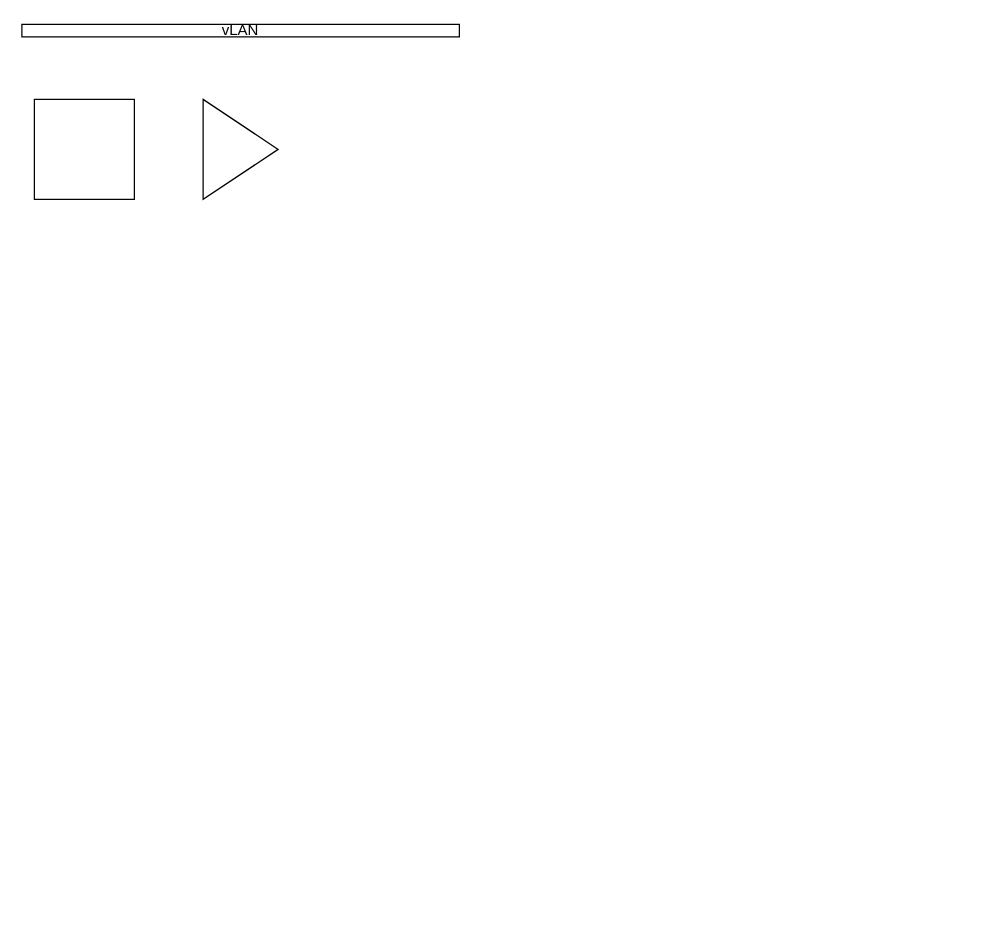
This is ProxmoxArchitecture.drawio from aamirigithub/ProxMox, a draw.io file, before an edit. Source tidied: cells renumbered, new cells numbered last; positions are measured from the earlier drawing's top-left corner, leaving out a move shared by most shapes. Both pictures are drawn from the tidied source at 125%, with x=0, y=0 at pixel (21, 24).
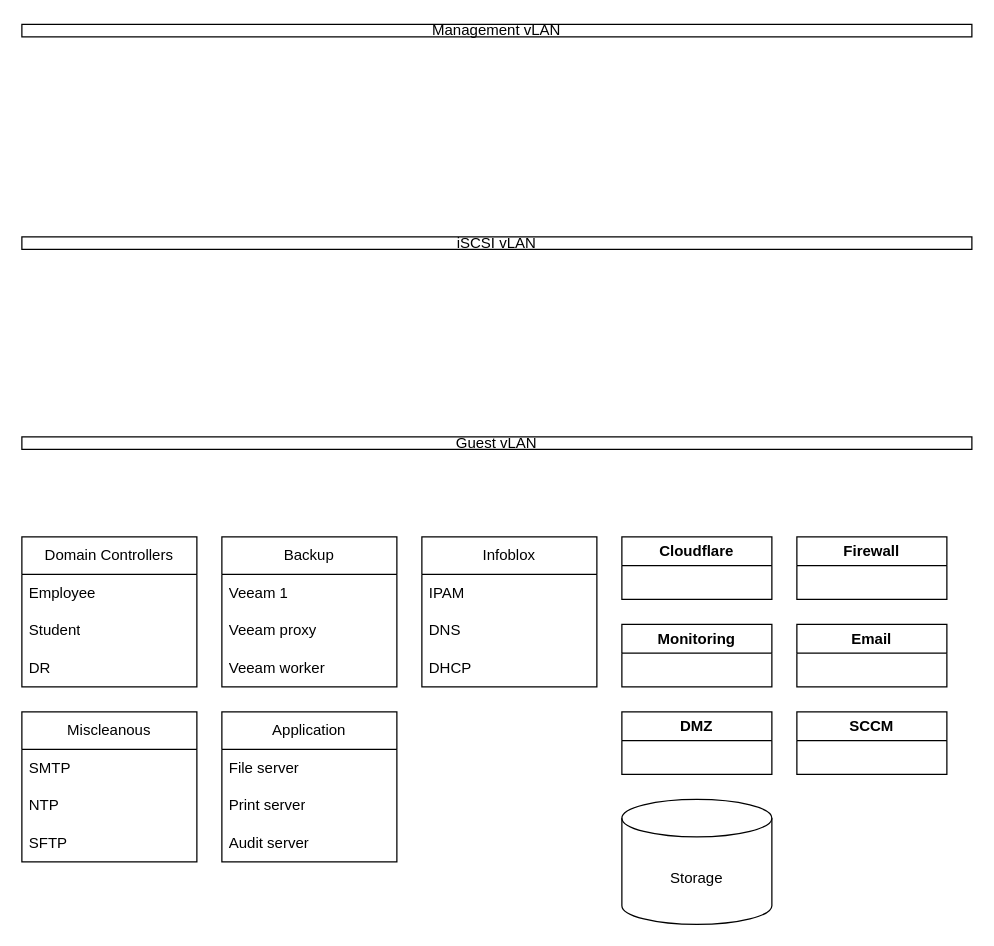
The same diagram, later.

Diff of the diagram source:
```diff
@@
-    <mxCell id="2" value="vLAN" style="rounded=0;whiteSpace=wrap;html=1;" parent="1" vertex="1">
-      <mxGeometry width="350" height="10" as="geometry" />
+    <mxCell id="2" value="Management vLAN" style="rounded=0;whiteSpace=wrap;html=1;" parent="1" vertex="1">
+      <mxGeometry width="760" height="10" as="geometry" />
     </mxCell>
-    <mxCell id="3" style="whiteSpace=wrap;html=1;" parent="1" vertex="1">
-      <mxGeometry x="10" y="60" width="80" height="80" as="geometry" />
-    </mxCell>
-    <mxCell id="4" style="triangle;whiteSpace=wrap;html=1;" parent="1" vertex="1">
-      <mxGeometry x="145" y="60" width="60" height="80" as="geometry" />
-    </mxCell>
+    <mxCell id="5" value="iSCSI vLAN" style="rounded=0;whiteSpace=wrap;html=1;" parent="1" vertex="1">
+      <mxGeometry y="170" width="760" height="10" as="geometry" />
+    </mxCell>
+    <mxCell id="6" value="Guest vLAN" style="rounded=0;whiteSpace=wrap;html=1;" parent="1" vertex="1">
+      <mxGeometry y="330" width="760" height="10" as="geometry" />
+    </mxCell>
+    <mxCell id="7" value="Domain Controllers" style="swimlane;fontStyle=0;horizontal=1;startSize=30;whiteSpace=wrap;html=1;" parent="1" vertex="1">
+      <mxGeometry y="410" width="140" height="120" as="geometry" />
+    </mxCell>
+    <mxCell id="8" value="Employee" style="text;strokeColor=none;fillColor=none;align=left;verticalAlign=middle;spacingLeft=4;spacingRight=4;overflow=hidden;whiteSpace=wrap;html=1;" parent="7" vertex="1">
+      <mxGeometry y="30" width="140" height="30" as="geometry" />
+    </mxCell>
+    <mxCell id="9" value="Student" style="text;strokeColor=none;fillColor=none;align=left;verticalAlign=middle;spacingLeft=4;spacingRight=4;overflow=hidden;whiteSpace=wrap;html=1;" parent="7" vertex="1">
+      <mxGeometry y="60" width="140" height="30" as="geometry" />
+    </mxCell>
+    <mxCell id="10" value="DR" style="text;strokeColor=none;fillColor=none;align=left;verticalAlign=middle;spacingLeft=4;spacingRight=4;overflow=hidden;whiteSpace=wrap;html=1;" parent="7" vertex="1">
+      <mxGeometry y="90" width="140" height="30" as="geometry" />
+    </mxCell>
+    <mxCell id="11" value="Backup" style="swimlane;fontStyle=0;horizontal=1;startSize=30;whiteSpace=wrap;html=1;" parent="1" vertex="1">
+      <mxGeometry x="160" y="410" width="140" height="120" as="geometry" />
+    </mxCell>
+    <mxCell id="12" value="Veeam 1" style="text;strokeColor=none;fillColor=none;align=left;verticalAlign=middle;spacingLeft=4;spacingRight=4;overflow=hidden;whiteSpace=wrap;html=1;" parent="11" vertex="1">
+      <mxGeometry y="30" width="140" height="30" as="geometry" />
+    </mxCell>
+    <mxCell id="13" value="Veeam proxy" style="text;strokeColor=none;fillColor=none;align=left;verticalAlign=middle;spacingLeft=4;spacingRight=4;overflow=hidden;whiteSpace=wrap;html=1;" parent="11" vertex="1">
+      <mxGeometry y="60" width="140" height="30" as="geometry" />
+    </mxCell>
+    <mxCell id="14" value="Veeam worker" style="text;strokeColor=none;fillColor=none;align=left;verticalAlign=middle;spacingLeft=4;spacingRight=4;overflow=hidden;whiteSpace=wrap;html=1;" parent="11" vertex="1">
+      <mxGeometry y="90" width="140" height="30" as="geometry" />
+    </mxCell>
+    <mxCell id="15" value="Infoblox" style="swimlane;fontStyle=0;horizontal=1;startSize=30;whiteSpace=wrap;html=1;" parent="1" vertex="1">
+      <mxGeometry x="320" y="410" width="140" height="120" as="geometry" />
+    </mxCell>
+    <mxCell id="16" value="IPAM" style="text;strokeColor=none;fillColor=none;align=left;verticalAlign=middle;spacingLeft=4;spacingRight=4;overflow=hidden;whiteSpace=wrap;html=1;" parent="15" vertex="1">
+      <mxGeometry y="30" width="140" height="30" as="geometry" />
+    </mxCell>
+    <mxCell id="17" value="DNS" style="text;strokeColor=none;fillColor=none;align=left;verticalAlign=middle;spacingLeft=4;spacingRight=4;overflow=hidden;whiteSpace=wrap;html=1;" parent="15" vertex="1">
+      <mxGeometry y="60" width="140" height="30" as="geometry" />
+    </mxCell>
+    <mxCell id="18" value="DHCP" style="text;strokeColor=none;fillColor=none;align=left;verticalAlign=middle;spacingLeft=4;spacingRight=4;overflow=hidden;whiteSpace=wrap;html=1;" parent="15" vertex="1">
+      <mxGeometry y="90" width="140" height="30" as="geometry" />
+    </mxCell>
+    <mxCell id="19" value="Cloudflare" style="swimlane;whiteSpace=wrap;html=1;" parent="1" vertex="1">
+      <mxGeometry x="480" y="410" width="120" height="50" as="geometry" />
+    </mxCell>
+    <mxCell id="20" value="Monitoring" style="swimlane;whiteSpace=wrap;html=1;" parent="1" vertex="1">
+      <mxGeometry x="480" y="480" width="120" height="50" as="geometry" />
+    </mxCell>
+    <mxCell id="21" value="Firewall" style="swimlane;whiteSpace=wrap;html=1;" parent="1" vertex="1">
+      <mxGeometry x="620" y="410" width="120" height="50" as="geometry" />
+    </mxCell>
+    <mxCell id="22" value="Email" style="swimlane;whiteSpace=wrap;html=1;" parent="1" vertex="1">
+      <mxGeometry x="620" y="480" width="120" height="50" as="geometry" />
+    </mxCell>
+    <mxCell id="23" value="DMZ" style="swimlane;whiteSpace=wrap;html=1;" parent="1" vertex="1">
+      <mxGeometry x="480" y="550" width="120" height="50" as="geometry" />
+    </mxCell>
+    <mxCell id="24" value="SCCM" style="swimlane;whiteSpace=wrap;html=1;" parent="1" vertex="1">
+      <mxGeometry x="620" y="550" width="120" height="50" as="geometry" />
+    </mxCell>
+    <mxCell id="25" value="Miscleanous" style="swimlane;fontStyle=0;horizontal=1;startSize=30;whiteSpace=wrap;html=1;" parent="1" vertex="1">
+      <mxGeometry y="550" width="140" height="120" as="geometry" />
+    </mxCell>
+    <mxCell id="26" value="SMTP" style="text;strokeColor=none;fillColor=none;align=left;verticalAlign=middle;spacingLeft=4;spacingRight=4;overflow=hidden;whiteSpace=wrap;html=1;" parent="25" vertex="1">
+      <mxGeometry y="30" width="140" height="30" as="geometry" />
+    </mxCell>
+    <mxCell id="27" value="NTP" style="text;strokeColor=none;fillColor=none;align=left;verticalAlign=middle;spacingLeft=4;spacingRight=4;overflow=hidden;whiteSpace=wrap;html=1;" parent="25" vertex="1">
+      <mxGeometry y="60" width="140" height="30" as="geometry" />
+    </mxCell>
+    <mxCell id="28" value="SFTP" style="text;strokeColor=none;fillColor=none;align=left;verticalAlign=middle;spacingLeft=4;spacingRight=4;overflow=hidden;whiteSpace=wrap;html=1;" parent="25" vertex="1">
+      <mxGeometry y="90" width="140" height="30" as="geometry" />
+    </mxCell>
+    <mxCell id="29" value="Application" style="swimlane;fontStyle=0;horizontal=1;startSize=30;whiteSpace=wrap;html=1;" parent="1" vertex="1">
+      <mxGeometry x="160" y="550" width="140" height="120" as="geometry" />
+    </mxCell>
+    <mxCell id="30" value="File server" style="text;strokeColor=none;fillColor=none;align=left;verticalAlign=middle;spacingLeft=4;spacingRight=4;overflow=hidden;whiteSpace=wrap;html=1;" parent="29" vertex="1">
+      <mxGeometry y="30" width="140" height="30" as="geometry" />
+    </mxCell>
+    <mxCell id="31" value="Print server" style="text;strokeColor=none;fillColor=none;align=left;verticalAlign=middle;spacingLeft=4;spacingRight=4;overflow=hidden;whiteSpace=wrap;html=1;" parent="29" vertex="1">
+      <mxGeometry y="60" width="140" height="30" as="geometry" />
+    </mxCell>
+    <mxCell id="32" value="Audit server" style="text;strokeColor=none;fillColor=none;align=left;verticalAlign=middle;spacingLeft=4;spacingRight=4;overflow=hidden;whiteSpace=wrap;html=1;" parent="29" vertex="1">
+      <mxGeometry y="90" width="140" height="30" as="geometry" />
+    </mxCell>
+    <mxCell id="33" value="Storage" style="shape=cylinder3;whiteSpace=wrap;html=1;boundedLbl=1;backgroundOutline=1;size=15;" parent="1" vertex="1">
+      <mxGeometry x="480" y="620" width="120" height="100" as="geometry" />
+    </mxCell>
```
